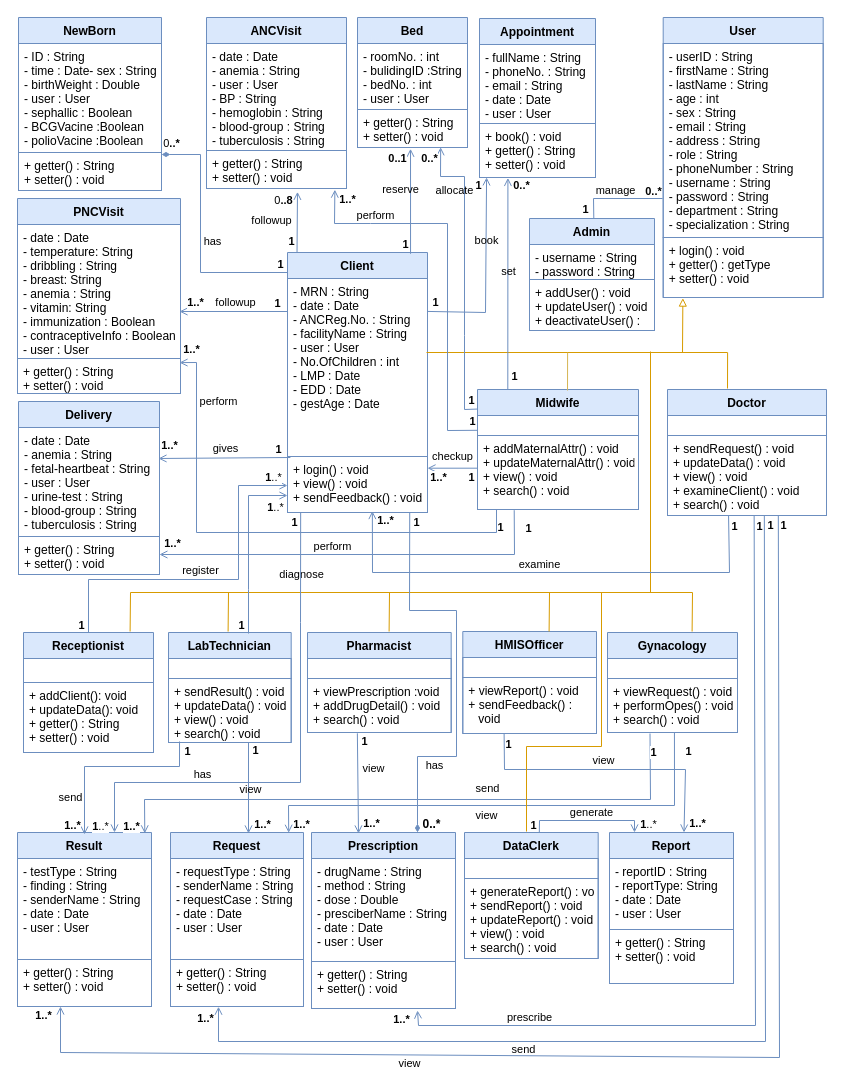
Before: Detailed Class Diagram.drawio in fasil712/UML_Diagram_Design, a draw.io diagram. Source tidied: cells renumbered, new cells numbered last; positions are measured from the earlier drawing's top-left corner, leaving out a move shared by most shapes. Both pictures are drawn from the tidied source at 100%, with x=0, y=0 at pixel (17, 17).
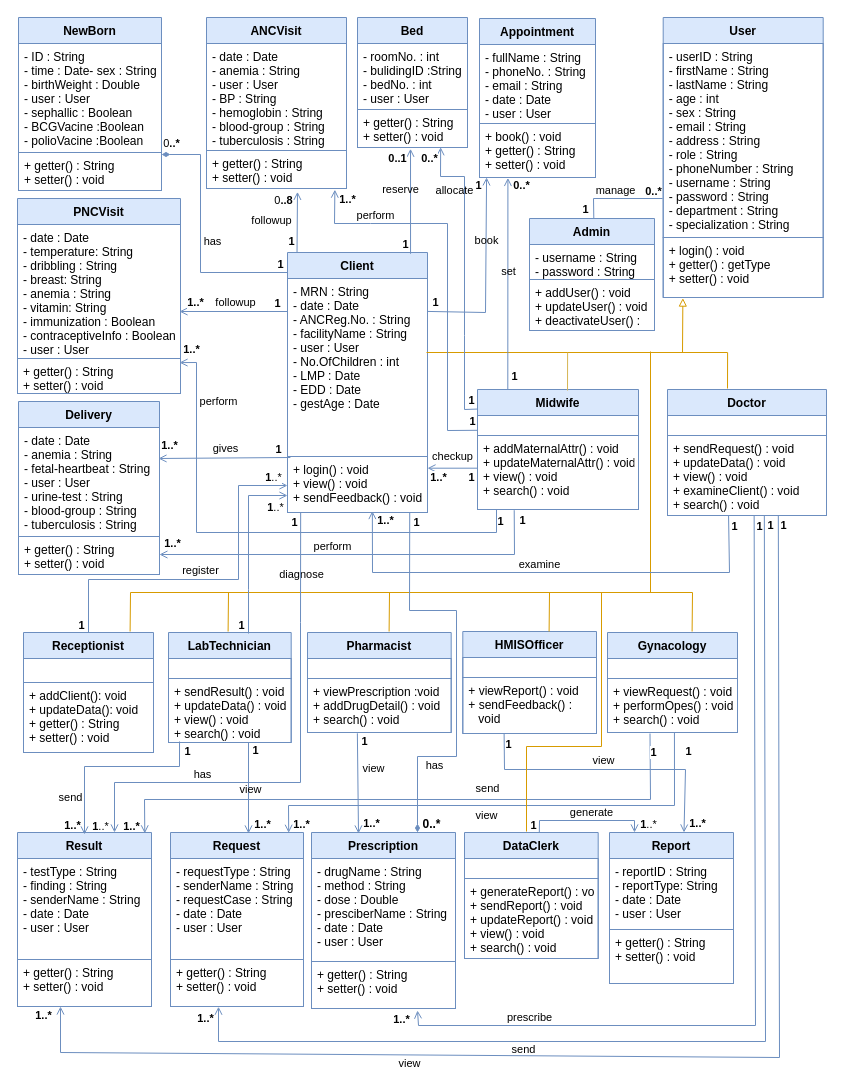
The same page after the edit.

The change refers to these unchanged cells:
```xml
<mxCell id="111" style="endArrow=open;html=1;rounded=0;strokeWidth=1;fillColor=#dae8fc;strokeColor=#6c8ebf;entryX=0.5;entryY=0;entryDx=0;entryDy=0;endFill=0;exitX=0.347;exitY=1.015;exitDx=0;exitDy=0;exitPerimeter=0;" parent="1" edge="1" source="71">
  <mxGeometry relative="1" as="geometry">
    <mxPoint x="341" y="816" as="targetPoint" />
  </mxGeometry>
</mxCell>
<mxCell id="131" style="endArrow=open;html=1;rounded=0;strokeWidth=1;fillColor=#dae8fc;strokeColor=#6c8ebf;entryX=0.5;entryY=0;entryDx=0;entryDy=0;exitX=0.09;exitY=0.984;exitDx=0;exitDy=0;exitPerimeter=0;endFill=0;" parent="1" edge="1" source="68">
  <mxGeometry relative="1" as="geometry">
    <mxPoint x="67" y="817" as="targetPoint" />
    <Array as="points">
      <mxPoint x="162" y="749" />
      <mxPoint x="67" y="749" />
    </Array>
  </mxGeometry>
</mxCell>
<mxCell id="147" style="endArrow=open;html=1;rounded=0;strokeWidth=1;fillColor=#dae8fc;strokeColor=#6c8ebf;entryX=1;entryY=0.822;entryDx=0;entryDy=0;entryPerimeter=0;exitX=0.118;exitY=1.005;exitDx=0;exitDy=0;exitPerimeter=0;endFill=0;" parent="1" edge="1" source="34">
  <mxGeometry relative="1" as="geometry">
    <mxPoint x="162" y="345.1" as="targetPoint" />
    <Array as="points">
      <mxPoint x="479" y="515" />
      <mxPoint x="179" y="515" />
      <mxPoint x="179" y="345" />
    </Array>
  </mxGeometry>
</mxCell>
<mxCell id="151" style="endArrow=open;html=1;rounded=0;strokeWidth=1;fillColor=#dae8fc;strokeColor=#6c8ebf;entryX=0.999;entryY=0.882;entryDx=0;entryDy=0;entryPerimeter=0;exitX=0.228;exitY=1.009;exitDx=0;exitDy=0;exitPerimeter=0;endFill=0;" parent="1" edge="1" source="34">
  <mxGeometry relative="1" as="geometry">
    <mxPoint x="141.9" y="537" as="targetPoint" />
    <Array as="points">
      <mxPoint x="497" y="537" />
    </Array>
  </mxGeometry>
</mxCell>
<mxCell id="159" style="endArrow=open;html=1;rounded=0;strokeWidth=1;fillColor=#dae8fc;strokeColor=#6c8ebf;exitX=0.094;exitY=0.994;exitDx=0;exitDy=0;exitPerimeter=0;endFill=0;" parent="1" edge="1" source="19">
  <mxGeometry relative="1" as="geometry">
    <mxPoint x="97" y="815" as="targetPoint" />
    <Array as="points">
      <mxPoint x="283" y="605" />
      <mxPoint x="283" y="765" />
      <mxPoint x="97" y="765" />
    </Array>
  </mxGeometry>
</mxCell>
<mxCell id="163" style="endArrow=open;html=1;rounded=0;strokeWidth=1;fillColor=#dae8fc;strokeColor=#6c8ebf;entryX=0.95;entryY=0.005;entryDx=0;entryDy=0;entryPerimeter=0;endFill=0;exitX=0.327;exitY=1.019;exitDx=0;exitDy=0;exitPerimeter=0;" parent="1" edge="1" source="65" target="5">
  <mxGeometry relative="1" as="geometry">
    <Array as="points">
      <mxPoint x="633" y="782" />
      <mxPoint x="127" y="782" />
    </Array>
  </mxGeometry>
</mxCell>
```

What changed in the source:
```diff
@@
-    <mxCell id="112" value="view" style="edgeLabel;html=1;align=center;verticalAlign=middle;" parent="111" vertex="1">
+    <mxCell id="112" value="view" style="edgeLabel;align=center;verticalAlign=middle;labelBackgroundColor=none;html=1;" parent="111" vertex="1">
       <mxGeometry x="0.43" y="-2" relative="1" as="geometry">
         <mxPoint x="17" y="-37" as="offset" />
       </mxGeometry>
     </mxCell>
@@
-    <mxCell id="134" value="&lt;b&gt;1..*&lt;/b&gt;" style="edgeLabel;html=1;align=center;verticalAlign=middle;fontSize=11;" parent="131" vertex="1">
+    <mxCell id="134" value="&lt;b&gt;1..*&lt;/b&gt;" style="edgeLabel;html=1;align=center;verticalAlign=middle;fontSize=11;labelBackgroundColor=none;" parent="131" vertex="1">
       <mxGeometry x="0.78" y="-7" relative="1" as="geometry">
         <mxPoint x="-6" y="12" as="offset" />
       </mxGeometry>
     </mxCell>
@@
     <mxCell id="149" value="&lt;b&gt;1&lt;/b&gt;" style="edgeLabel;html=1;align=center;verticalAlign=middle;fontSize=11;" parent="147" vertex="1">
       <mxGeometry x="-0.69" y="-4" relative="1" as="geometry">
-        <mxPoint x="60" y="-2" as="offset" />
+        <mxPoint x="60" y="-8" as="offset" />
       </mxGeometry>
     </mxCell>
@@
     <mxCell id="153" value="&lt;b&gt;1&lt;/b&gt;" style="edgeLabel;html=1;align=center;verticalAlign=middle;fontSize=11;" parent="151" vertex="1">
       <mxGeometry x="-0.69" y="-4" relative="1" as="geometry">
-        <mxPoint x="31" y="-23" as="offset" />
+        <mxPoint x="25" y="-31" as="offset" />
       </mxGeometry>
     </mxCell>
@@
-    <mxCell id="162" value="&lt;b&gt;1&lt;/b&gt;..*" style="edgeLabel;html=1;align=center;verticalAlign=middle;fontSize=11;" parent="159" vertex="1">
+    <mxCell id="162" value="&lt;b&gt;1&lt;/b&gt;..*" style="edgeLabel;html=1;align=center;verticalAlign=middle;fontSize=11;labelBackgroundColor=none;" parent="159" vertex="1">
       <mxGeometry x="0.86" y="-8" relative="1" as="geometry">
         <mxPoint x="-7" y="29" as="offset" />
       </mxGeometry>
     </mxCell>
@@
-    <mxCell id="166" value="&lt;b&gt;1..*&lt;/b&gt;" style="edgeLabel;html=1;align=center;verticalAlign=middle;fontSize=11;" parent="163" vertex="1">
+    <mxCell id="166" value="&lt;b&gt;1..*&lt;/b&gt;" style="edgeLabel;html=1;align=center;verticalAlign=middle;fontSize=11;labelBackgroundColor=none;" parent="163" vertex="1">
       <mxGeometry x="0.78" y="-7" relative="1" as="geometry">
         <mxPoint x="-46" y="33" as="offset" />
       </mxGeometry>
     </mxCell>
```
